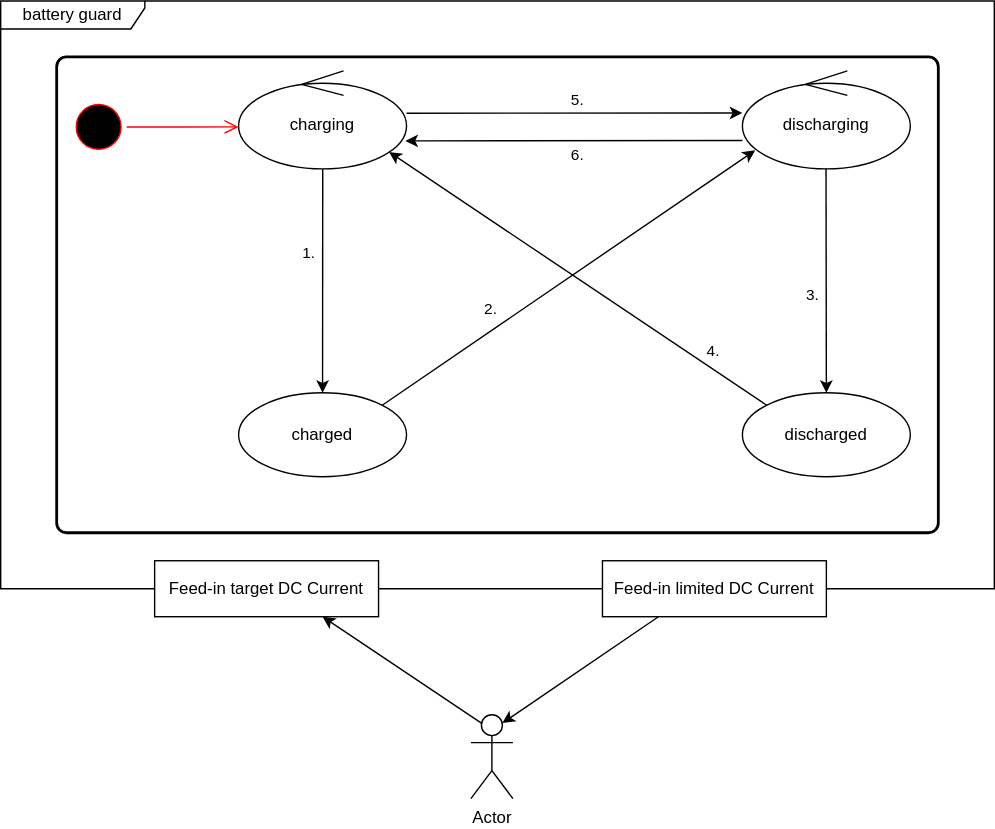
The draw.io diagram docs/images/battery_guard_sm.drawio.svg in JoTid/PVZero, before a commit. Source tidied: cells renumbered, new cells last; positions are measured from the earlier drawing's top-left corner, leaving out a move shared by most shapes.
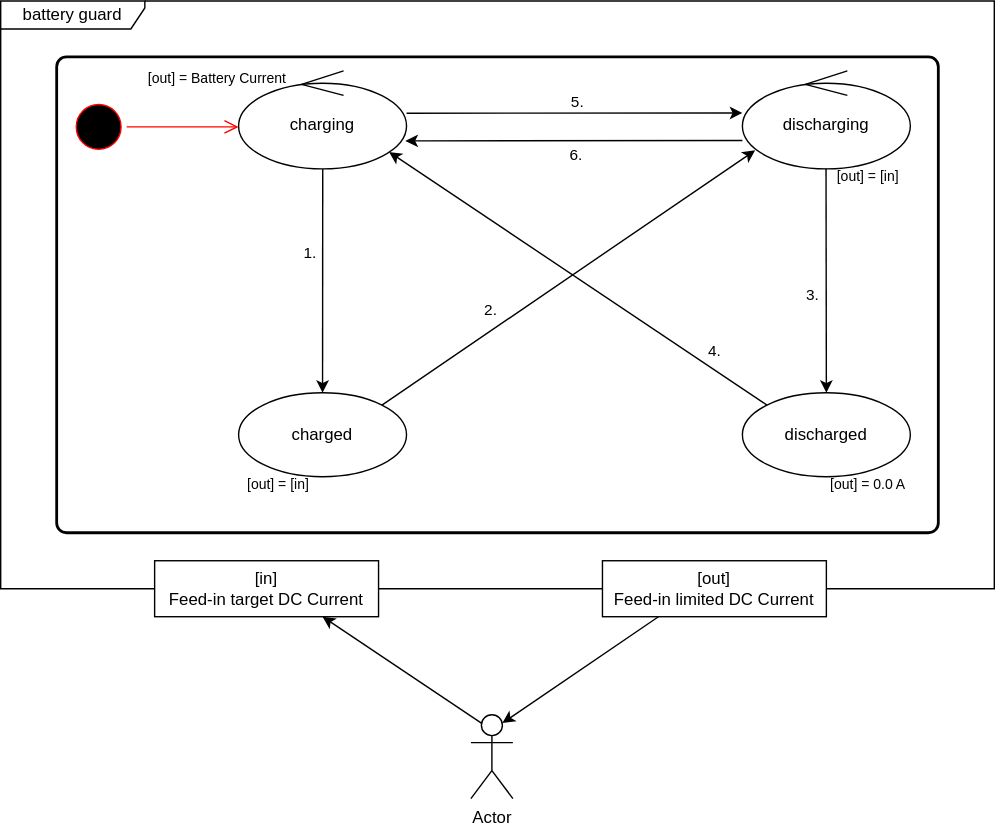
After the change.

Commit message:
Perform many changes within Battery Guard including data from MPPT Victron device - additionally update the corresponding readme documentation

The edit, as a diff of the source:
```diff
@@ -84,10 +84,10 @@
     <mxCell id="22" value="Actor" style="shape=umlActor;verticalLabelPosition=bottom;verticalAlign=top;html=1;" parent="1" vertex="1">
       <mxGeometry x="336" y="510" width="30" height="60" as="geometry" />
     </mxCell>
-    <mxCell id="23" value="Feed-in target DC Current" style="rounded=0;whiteSpace=wrap;html=1;" parent="1" vertex="1">
+    <mxCell id="23" value="[in]&lt;br&gt;Feed-in target DC Current" style="rounded=0;whiteSpace=wrap;html=1;" parent="1" vertex="1">
       <mxGeometry x="110" y="400" width="160" height="40" as="geometry" />
     </mxCell>
-    <mxCell id="24" value="Feed-in limited DC Current" style="rounded=0;whiteSpace=wrap;html=1;" parent="1" vertex="1">
+    <mxCell id="24" value="[out]&lt;br&gt;Feed-in limited DC Current" style="rounded=0;whiteSpace=wrap;html=1;" parent="1" vertex="1">
       <mxGeometry x="430" y="400" width="160" height="40" as="geometry" />
     </mxCell>
     <mxCell id="25" style="endArrow=classic;html=1;rounded=0;exitX=0.25;exitY=0.1;exitDx=0;exitDy=0;exitPerimeter=0;entryX=0.75;entryY=1;entryDx=0;entryDy=0;" parent="1" edge="1" source="22" target="23">
@@ -96,5 +96,17 @@
     <mxCell id="26" style="endArrow=classic;html=1;rounded=0;entryX=0.75;entryY=0.1;entryDx=0;entryDy=0;entryPerimeter=0;exitX=0.25;exitY=1;exitDx=0;exitDy=0;" parent="1" edge="1" source="24" target="22">
       <mxGeometry relative="1" as="geometry" />
     </mxCell>
+    <mxCell id="27" value="[out] = [in] " style="text;whiteSpace=wrap;spacing=0;fontSize=10;align=center;verticalAlign=middle;" parent="1" vertex="1">
+      <mxGeometry x="170" y="330" width="60" height="30" as="geometry" />
+    </mxCell>
+    <mxCell id="28" value="[out] = [in]" style="text;whiteSpace=wrap;spacing=0;fontSize=10;align=center;verticalAlign=middle;" parent="1" vertex="1">
+      <mxGeometry x="590" y="110" width="60" height="30" as="geometry" />
+    </mxCell>
+    <mxCell id="29" value="[out] = 0.0 A" style="text;whiteSpace=wrap;spacing=0;fontSize=10;align=center;verticalAlign=middle;" parent="1" vertex="1">
+      <mxGeometry x="590" y="330" width="60" height="30" as="geometry" />
+    </mxCell>
+    <mxCell id="30" value="[out] = Battery Current" style="text;whiteSpace=wrap;spacing=0;fontSize=10;align=center;verticalAlign=middle;" parent="1" vertex="1">
+      <mxGeometry x="100" y="40" width="110" height="30" as="geometry" />
+    </mxCell>
   </root>
 </mxGraphModel>
```
